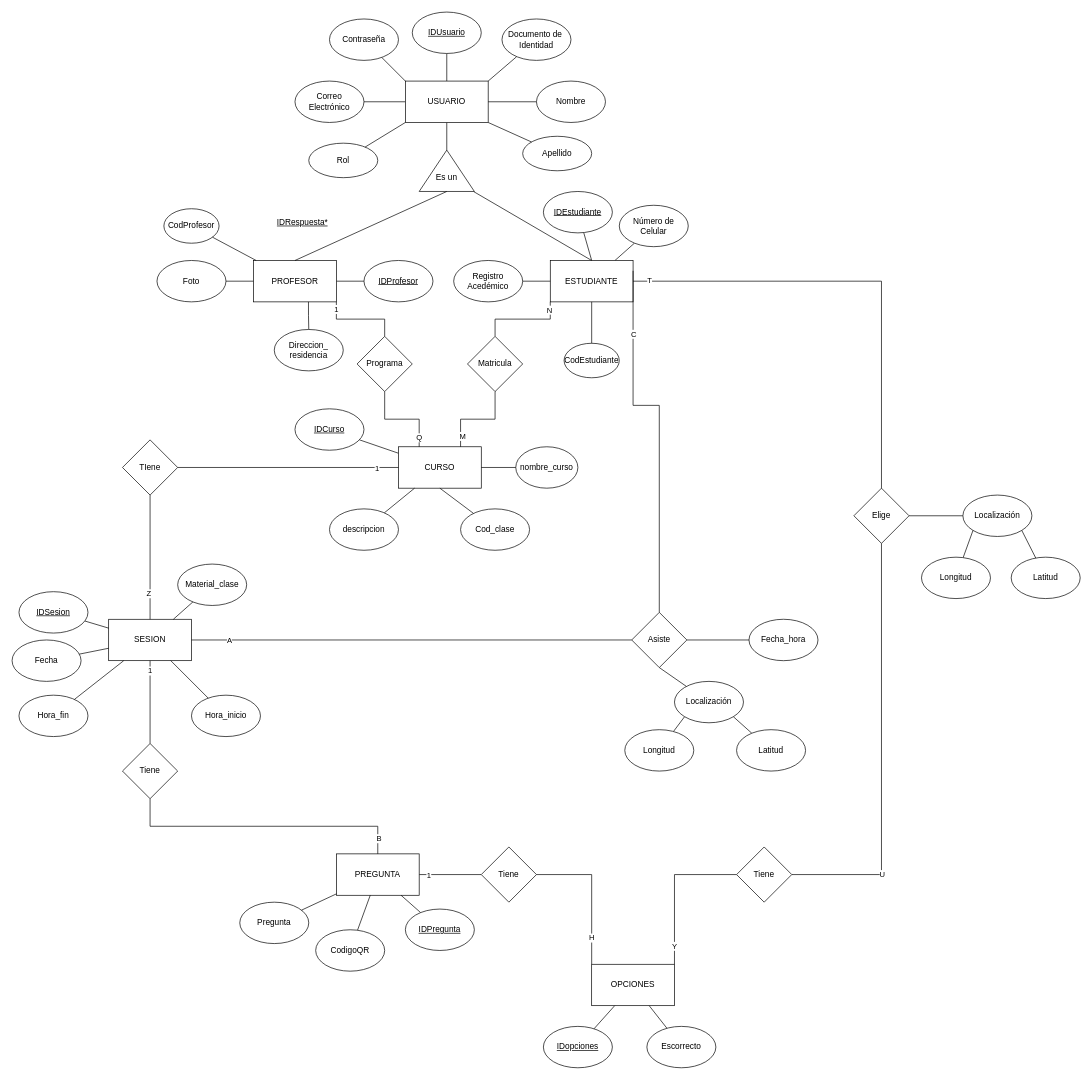
Earlier version of the draw.io diagram Attenzio Entidad-Relación_02.drawio (18luisc/Attenzio). Source tidied: cells renumbered, new cells numbered last; positions are measured from the earlier drawing's top-left corner, leaving out a move shared by most shapes. Both pictures are drawn from the tidied source at 69%, with x=0, y=0 at pixel (12, 12).
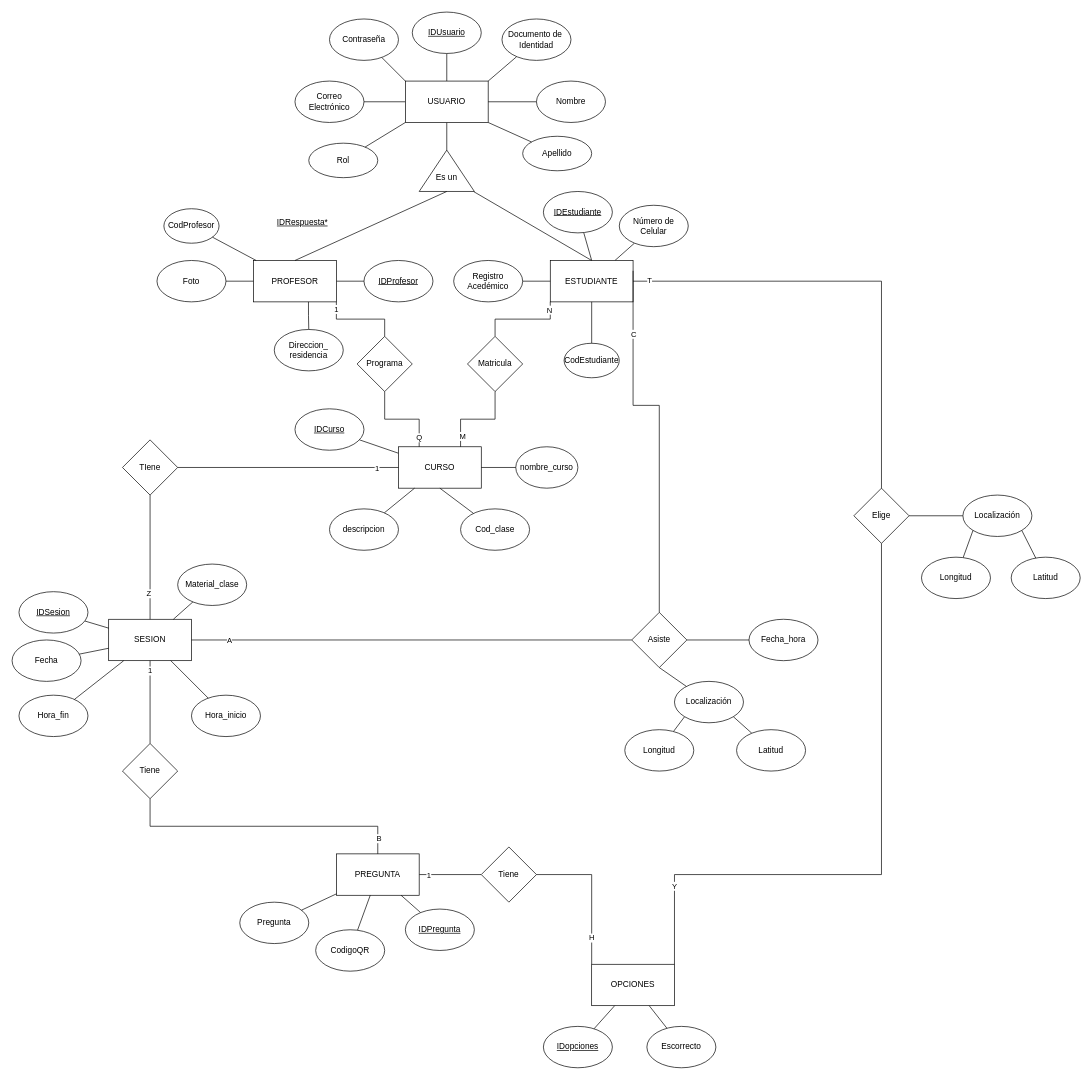
After the change.

Commit message:
Eliminación Relacion

Unchanged cells that the change refers to:
```xml
<mxCell id="67" value="Elige" style="rhombus;whiteSpace=wrap;html=1;" parent="1" vertex="1">
  <mxGeometry x="1220" y="690" width="80" height="80" as="geometry" />
</mxCell>
<mxCell id="100" value="OPCIONES" style="rounded=0;whiteSpace=wrap;html=1;" parent="1" vertex="1">
  <mxGeometry x="840" y="1380" width="120" height="60" as="geometry" />
</mxCell>
```

Diff of the diagram source:
```diff
@@
-    <mxCell id="90" style="endArrow=none;html=1;rounded=0;exitX=1;exitY=0.5;exitDx=0;exitDy=0;edgeStyle=orthogonalEdgeStyle;" parent="1" edge="1" source="105" target="67">
-      <mxGeometry relative="1" as="geometry" />
-    </mxCell>
-    <mxCell id="91" value="U" style="edgeLabel;html=1;align=center;verticalAlign=middle;" parent="90" vertex="1">
-      <mxGeometry x="-0.57" relative="1" as="geometry" />
-    </mxCell>
@@
-    <mxCell id="103" style="endArrow=none;html=1;rounded=0;entryX=1;entryY=0;entryDx=0;entryDy=0;exitX=0;exitY=0.5;exitDx=0;exitDy=0;edgeStyle=orthogonalEdgeStyle;" parent="1" edge="1" source="105" target="100">
-      <mxGeometry relative="1" as="geometry" />
+    <mxCell id="103" style="endArrow=none;html=1;rounded=0;entryX=1;entryY=0;entryDx=0;entryDy=0;exitX=0.5;exitY=1;exitDx=0;exitDy=0;edgeStyle=orthogonalEdgeStyle;" parent="1" edge="1" source="67" target="100">
+      <mxGeometry relative="1" as="geometry">
+        <Array as="points">
+          <mxPoint x="1260" y="1250" />
+          <mxPoint x="960" y="1250" />
+        </Array>
+      </mxGeometry>
     </mxCell>
@@
-    <mxCell id="105" value="Tiene" style="rhombus;whiteSpace=wrap;html=1;" parent="1" vertex="1">
-      <mxGeometry x="1050" y="1210" width="80" height="80" as="geometry" />
-    </mxCell>
```
